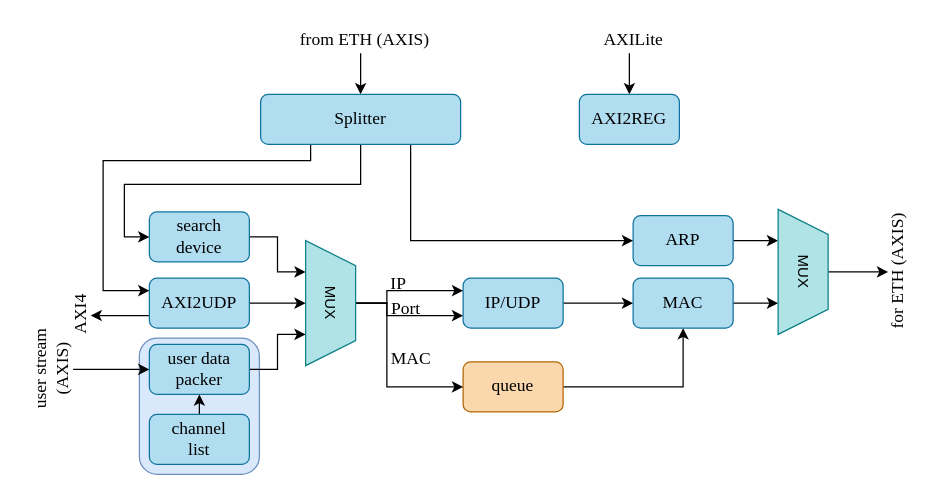
This is UDPMaster/DOC/DRAW/top_design.drawio from MrDoomsday/Ethernet, a draw.io file, before an edit. Source tidied: cells renumbered, new cells numbered last; positions are measured from the earlier drawing's top-left corner, leaving out a move shared by most shapes. Both pictures are drawn from the tidied source at 125%, with x=0, y=0 at pixel (-1, 21).
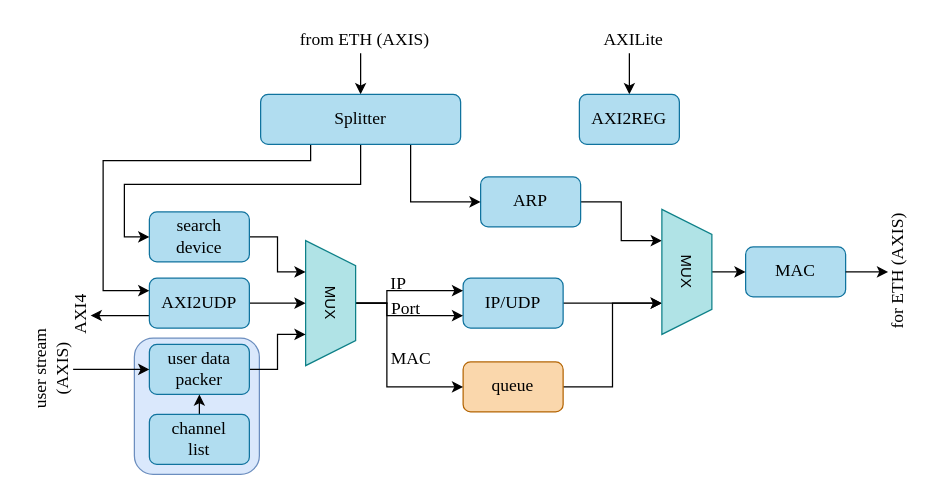
Above is the later version.

Unchanged cells that the change refers to:
```xml
<mxCell id="4" value="IP/UDP" style="rounded=1;whiteSpace=wrap;html=1;fontFamily=Times New Roman;fontSize=14;fillColor=#b1ddf0;strokeColor=#10739e;" parent="1" vertex="1">
  <mxGeometry x="371" y="205" width="80" height="40" as="geometry" />
</mxCell>
<mxCell id="6" value="queue" style="rounded=1;whiteSpace=wrap;html=1;fontFamily=Times New Roman;fontSize=14;fillColor=#fad7ac;strokeColor=#b46504;" parent="1" vertex="1">
  <mxGeometry x="371" y="272" width="80" height="40" as="geometry" />
</mxCell>
```

Change to the diagram source:
```diff
@@
     <mxCell id="2" style="rounded=1;whiteSpace=wrap;html=1;fillColor=#dae8fc;strokeColor=#6c8ebf;" parent="1" vertex="1">
-      <mxGeometry x="112" y="253" width="96" height="109" as="geometry" />
+      <mxGeometry x="108" y="253" width="100" height="109" as="geometry" />
     </mxCell>
-    <mxCell id="3" style="edgeStyle=orthogonalEdgeStyle;rounded=0;jettySize=auto;html=1;exitX=1;exitY=0.5;exitDx=0;exitDy=0;entryX=0;entryY=0.5;entryDx=0;entryDy=0;" parent="1" edge="1" source="4" target="10">
-      <mxGeometry relative="1" as="geometry" />
-    </mxCell>
+    <mxCell id="42" style="edgeStyle=orthogonalEdgeStyle;rounded=0;jettySize=auto;html=1;exitX=1;exitY=0.5;exitDx=0;exitDy=0;entryX=0.75;entryY=1;entryDx=0;entryDy=0;" parent="1" edge="1" source="4" target="12">
+      <mxGeometry relative="1" as="geometry" />
+    </mxCell>
@@
-    <mxCell id="5" style="edgeStyle=orthogonalEdgeStyle;rounded=0;jettySize=auto;html=1;exitX=1;exitY=0.5;exitDx=0;exitDy=0;entryX=0.5;entryY=1;entryDx=0;entryDy=0;" parent="1" edge="1" source="6" target="10">
-      <mxGeometry relative="1" as="geometry" />
-    </mxCell>
+    <mxCell id="43" style="edgeStyle=orthogonalEdgeStyle;rounded=0;jettySize=auto;html=1;exitX=1;exitY=0.5;exitDx=0;exitDy=0;entryX=0.75;entryY=1;entryDx=0;entryDy=0;" parent="1" edge="1" source="6" target="12">
+      <mxGeometry relative="1" as="geometry" />
+    </mxCell>
@@
     <mxCell id="8" value="ARP" style="rounded=1;whiteSpace=wrap;html=1;fontFamily=Times New Roman;fontSize=14;fillColor=#b1ddf0;strokeColor=#10739e;" parent="1" vertex="1">
-      <mxGeometry x="507" y="155" width="80" height="40" as="geometry" />
+      <mxGeometry x="385" y="124" width="80" height="40" as="geometry" />
     </mxCell>
-    <mxCell id="9" style="edgeStyle=orthogonalEdgeStyle;rounded=0;jettySize=auto;html=1;exitX=1;exitY=0.5;exitDx=0;exitDy=0;entryX=0.75;entryY=1;entryDx=0;entryDy=0;" parent="1" edge="1" source="10" target="12">
-      <mxGeometry relative="1" as="geometry" />
-    </mxCell>
     <mxCell id="10" value="MAC" style="rounded=1;whiteSpace=wrap;html=1;fontFamily=Times New Roman;fontSize=14;fillColor=#b1ddf0;strokeColor=#10739e;" parent="1" vertex="1">
-      <mxGeometry x="507" y="205" width="80" height="40" as="geometry" />
+      <mxGeometry x="597" y="180" width="80" height="40" as="geometry" />
     </mxCell>
-    <mxCell id="11" style="edgeStyle=orthogonalEdgeStyle;rounded=0;jettySize=auto;html=1;exitX=0.5;exitY=0;exitDx=0;exitDy=0;" parent="1" edge="1" source="12">
+    <mxCell id="11" style="edgeStyle=orthogonalEdgeStyle;rounded=0;jettySize=auto;html=1;exitX=1;exitY=0.5;exitDx=0;exitDy=0;" parent="1" edge="1" source="10">
       <mxGeometry relative="1" as="geometry">
         <mxPoint x="711" y="200" as="targetPoint" />
       </mxGeometry>
     </mxCell>
-    <mxCell id="12" value="MUX" style="shape=trapezoid;perimeter=trapezoidPerimeter;whiteSpace=wrap;html=1;fixedSize=1;rotation=90;fillColor=#b0e3e6;strokeColor=#0e8088;" parent="1" vertex="1">
-      <mxGeometry x="593" y="180" width="100" height="40" as="geometry" />
-    </mxCell>
@@
+    <mxCell id="44" style="edgeStyle=orthogonalEdgeStyle;rounded=0;jettySize=auto;html=1;exitX=0.5;exitY=0;exitDx=0;exitDy=0;entryX=0;entryY=0.5;entryDx=0;entryDy=0;" parent="1" edge="1" source="12" target="10">
+      <mxGeometry relative="1" as="geometry" />
+    </mxCell>
+    <mxCell id="12" value="MUX" style="shape=trapezoid;perimeter=trapezoidPerimeter;whiteSpace=wrap;html=1;fixedSize=1;rotation=90;fillColor=#b0e3e6;strokeColor=#0e8088;" parent="1" vertex="1">
+      <mxGeometry x="500" y="180" width="100" height="40" as="geometry" />
+    </mxCell>
```
